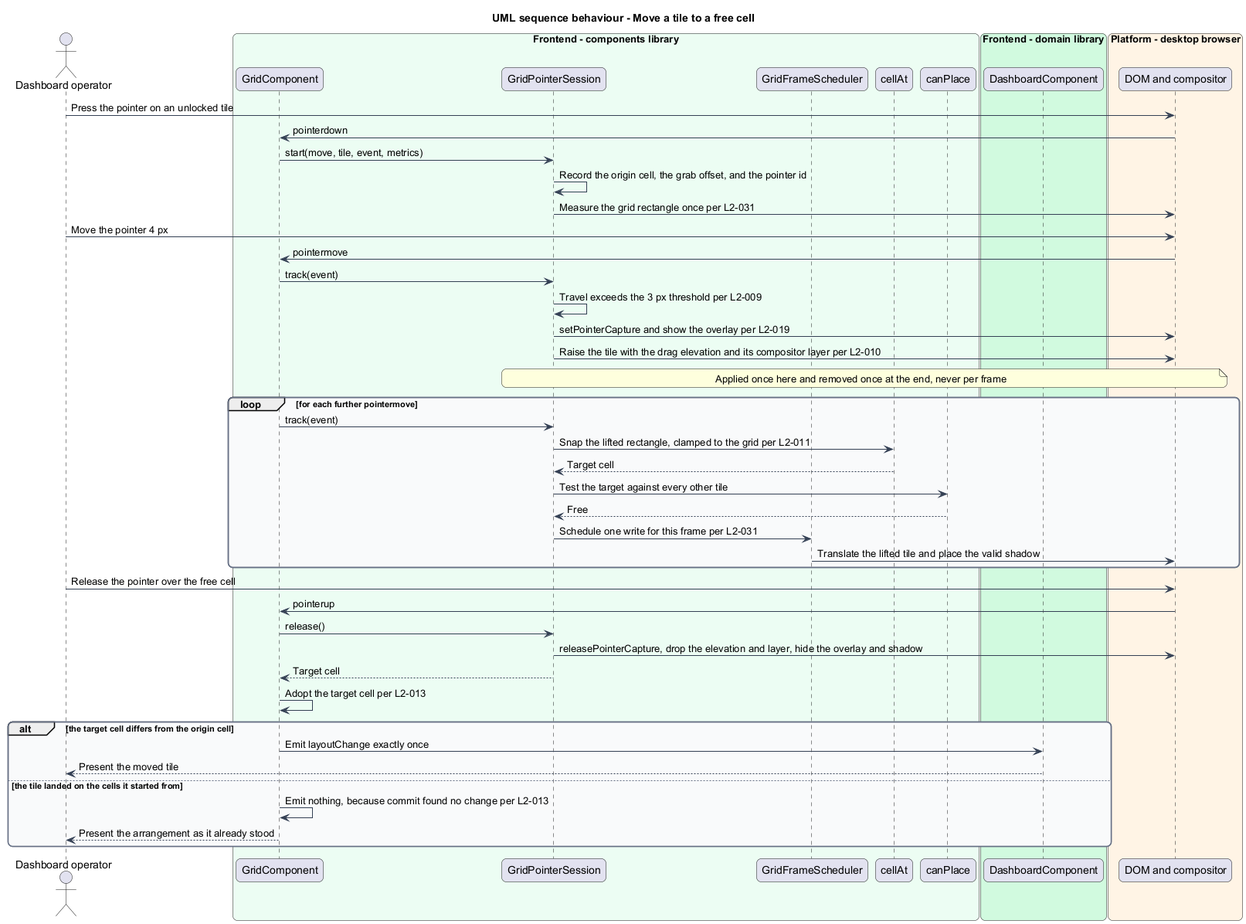
Above: docs/detailed-designs/tile-interaction/move-a-tile/diagrams/sequence-move-commit.png in QuinntyneBrown/qbc-grid (PlantUML), before the change.
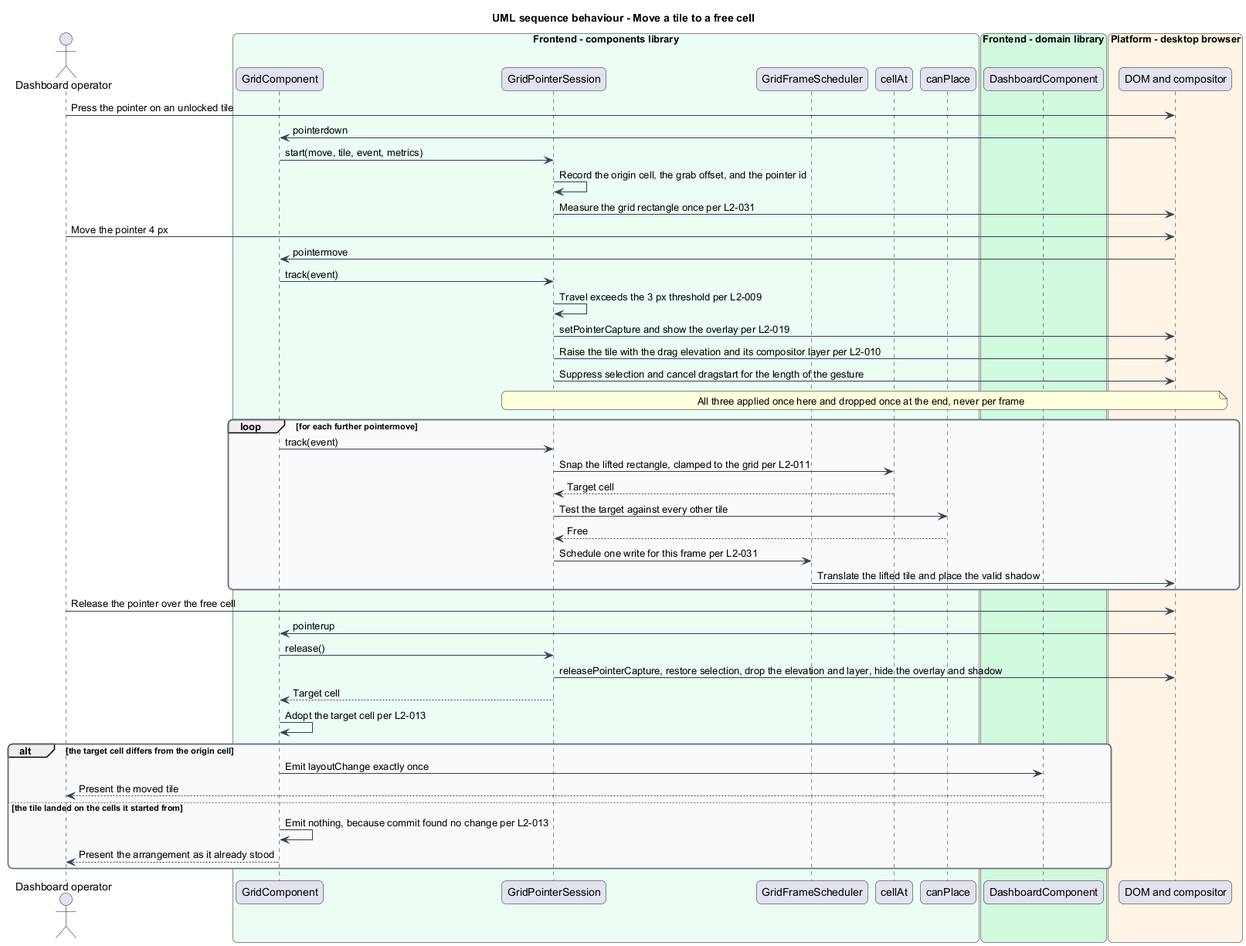
The same file after the commit.

Commit message:
docs: correct two more sequences left behind by later decisions

The edit, as a diff of the source:
```diff
@@ -40,7 +40,8 @@
 session -> session : Travel exceeds the 3 px threshold per L2-009
 session -> dom : setPointerCapture and show the overlay per L2-019
 session -> dom : Raise the tile with the drag elevation and its compositor layer per L2-010
-note over session, dom : Applied once here and removed once at the end, never per frame
+session -> dom : Suppress selection and cancel dragstart for the length of the gesture
+note over session, dom : All three applied once here and dropped once at the end, never per frame
 loop for each further pointermove
   grid -> session : track(event)
   session -> cellat : Snap the lifted rectangle, clamped to the grid per L2-011
@@ -53,7 +54,7 @@
 actor -> dom : Release the pointer over the free cell
 dom -> grid : pointerup
 grid -> session : release()
-session -> dom : releasePointerCapture, drop the elevation and layer, hide the overlay and shadow
+session -> dom : releasePointerCapture, restore selection, drop the elevation and layer, hide the overlay and shadow
 session --> grid : Target cell
 grid -> grid : Adopt the target cell per L2-013
 alt the target cell differs from the origin cell
```
